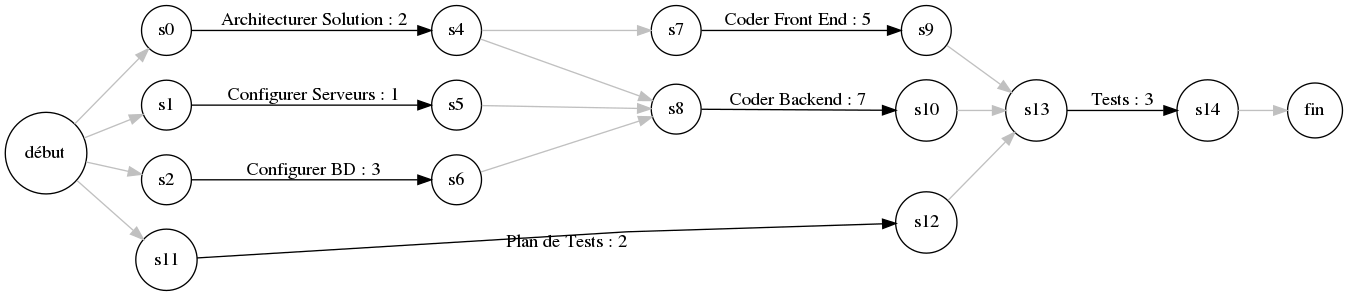
loic-yvonnet/algo-appliquee keeps this Graphviz diagram as cours/11-graphes/assets/054-pert.png. Above is the earlier version. Its source is kept beside it as cours/11-graphes/graphviz/054-pert.dot. Source of this version:
```dot
digraph G {
    bgcolor="transparent";
    rankdir="LR";
    splines="False";

    /* Entities */
    debut [label="début", shape="circle"];
    fin [label="fin", shape="circle"];
    s0 [label="", shape="circle"];
    s1 [label="", shape="circle"];
    s2 [label="", shape="circle"];
    s4 [label="", shape="circle"];
    s5 [label="", shape="circle"];
    s6 [label="", shape="circle"];
    s7 [label="", shape="circle"];
    s8 [label="", shape="circle"];
    s9 [label="", shape="circle"];
    s10 [label="", shape="circle"];
    s11 [label="", shape="circle"];
    s12 [label="", shape="circle"];
    s13 [label="", shape="circle"];
    s14 [label="", shape="circle"];

    /* Relationships */
    debut -> s0 [color="grey"];
    debut -> s1 [color="grey"];
    debut -> s2 [color="grey"];
    debut -> s11 [color="grey"];

    s0 -> s4 [label="Architecturer Solution : 2"];


    s1 -> s5 [label="Configurer Serveurs : 1"];

    s2 -> s6 [label="Configurer BD : 3"];

    s4 -> s7 [color="grey"];

    s4 -> s8 [color="grey"];
    s5 -> s8 [color="grey"];
    s6 -> s8 [color="grey"];

    s7 -> s9 [label="Coder Front End : 5"];

    s8 -> s10 [label="Coder Backend : 7"];

    s11 -> s12 [label="Plan de Tests : 2"];

    s9 -> s13 [color="grey"];
    s10 -> s13 [color="grey"];
    s12 -> s13 [color="grey"];

    s13 -> s14 [label="Tests : 3"];

    s14 -> fin [color="grey"];

    /* Ranks */
    { rank=same; s0, s1, s2, s11 };
    { rank=same; s9, s10, s12 };
}
```
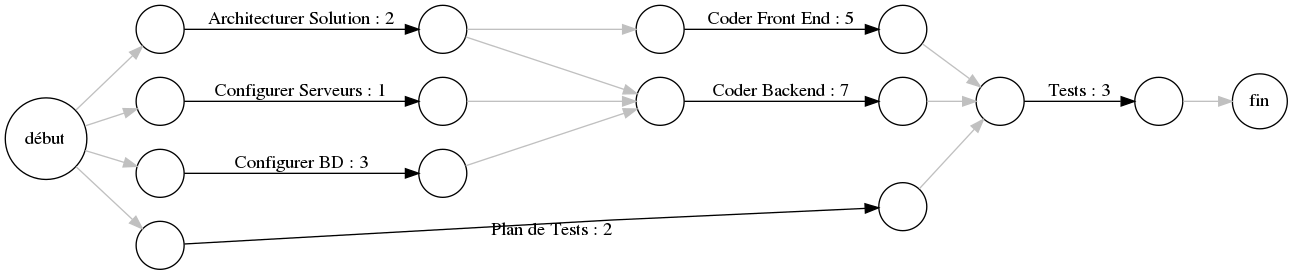
Above is the later version.

Change to the diagram source:
```diff
@@ -6,20 +6,20 @@
     /* Entities */
     debut [label="début", shape="circle"];
     fin [label="fin", shape="circle"];
-    s0 [label="", shape="circle"];
-    s1 [label="", shape="circle"];
-    s2 [label="", shape="circle"];
-    s4 [label="", shape="circle"];
-    s5 [label="", shape="circle"];
-    s6 [label="", shape="circle"];
-    s7 [label="", shape="circle"];
-    s8 [label="", shape="circle"];
-    s9 [label="", shape="circle"];
-    s10 [label="", shape="circle"];
-    s11 [label="", shape="circle"];
-    s12 [label="", shape="circle"];
-    s13 [label="", shape="circle"];
-    s14 [label="", shape="circle"];
+    s0 [label=" ", shape="circle"];
+    s1 [label=" ", shape="circle"];
+    s2 [label=" ", shape="circle"];
+    s4 [label=" ", shape="circle"];
+    s5 [label=" ", shape="circle"];
+    s6 [label=" ", shape="circle"];
+    s7 [label=" ", shape="circle"];
+    s8 [label=" ", shape="circle"];
+    s9 [label=" ", shape="circle"];
+    s10 [label=" ", shape="circle"];
+    s11 [label=" ", shape="circle"];
+    s12 [label=" ", shape="circle"];
+    s13 [label=" ", shape="circle"];
+    s14 [label=" ", shape="circle"];
 
     /* Relationships */
     debut -> s0 [color="grey"];
```
